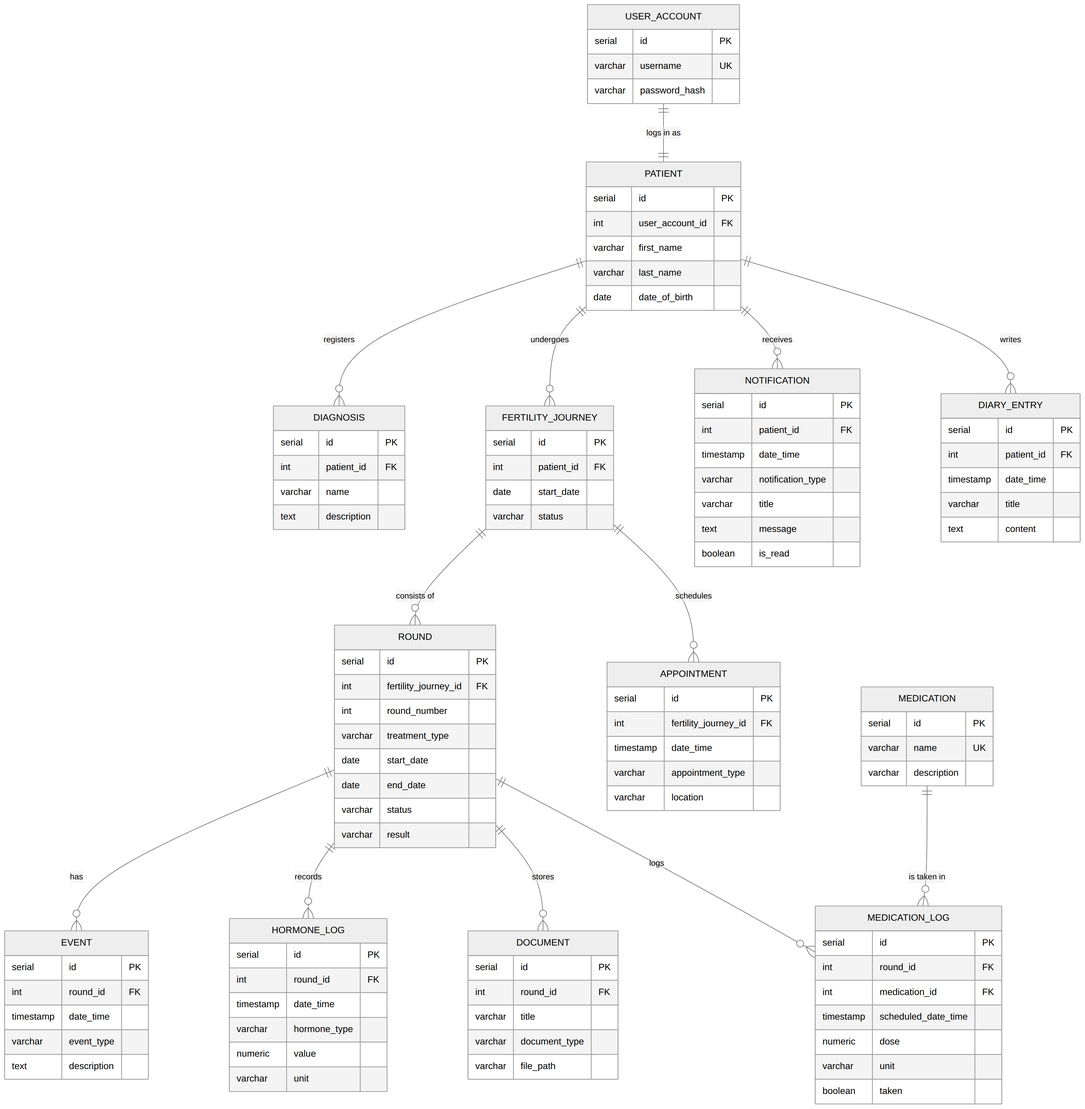
Before: doc/database/ERD.png, a diagram exported from Mermaid (BesimaP/Simpl-PET-project). Its source is kept beside it as doc/database/ERD.mmd.
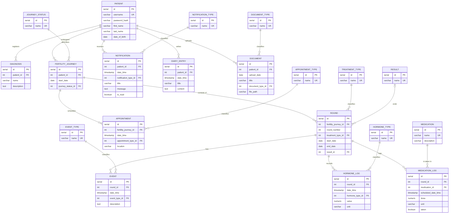
Above is the later version.

The edit, as a diff of the source:
```diff
@@ -1,25 +1,28 @@
 erDiagram
-  USER_ACCOUNT ||--|| PATIENT : "logs in as"
   PATIENT ||--o{ DIAGNOSIS : registers
   PATIENT ||--o{ FERTILITY_JOURNEY : undergoes
   PATIENT ||--o{ NOTIFICATION : receives
   PATIENT ||--o{ DIARY_ENTRY : writes
+  PATIENT ||--o{ DOCUMENT : uploads
   FERTILITY_JOURNEY ||--o{ ROUND : "consists of"
   FERTILITY_JOURNEY ||--o{ APPOINTMENT : schedules
   ROUND ||--o{ EVENT : has
   ROUND ||--o{ HORMONE_LOG : records
-  ROUND ||--o{ DOCUMENT : stores
   ROUND ||--o{ MEDICATION_LOG : logs
   MEDICATION ||--o{ MEDICATION_LOG : "is taken in"
+  JOURNEY_STATUS ||--o{ FERTILITY_JOURNEY : describes
+  TREATMENT_TYPE ||--o{ ROUND : classifies
+  RESULT |o--o{ ROUND : ends
+  APPOINTMENT_TYPE ||--o{ APPOINTMENT : classifies
+  EVENT_TYPE ||--o{ EVENT : classifies
+  HORMONE_TYPE ||--o{ HORMONE_LOG : classifies
+  DOCUMENT_TYPE ||--o{ DOCUMENT : classifies
+  NOTIFICATION_TYPE ||--o{ NOTIFICATION : classifies
 
-  USER_ACCOUNT {
+  PATIENT {
     serial id PK
     varchar username UK
     varchar password_hash
-  }
-  PATIENT {
-    serial id PK
-    int user_account_id FK
     varchar first_name
     varchar last_name
     date date_of_birth
@@ -34,23 +37,22 @@
     serial id PK
     int patient_id FK
     date start_date
-    varchar status
+    int journey_status_id FK
   }
   ROUND {
     serial id PK
     int fertility_journey_id FK
     int round_number
-    varchar treatment_type
+    int treatment_type_id FK
     date start_date
     date end_date
-    varchar status
-    varchar result
+    int result_id FK
   }
   APPOINTMENT {
     serial id PK
     int fertility_journey_id FK
     timestamp date_time
-    varchar appointment_type
+    int appointment_type_id FK
     varchar location
   }
   DIARY_ENTRY {
@@ -64,7 +66,7 @@
     serial id PK
     int round_id FK
     timestamp date_time
-    varchar event_type
+    int event_type_id FK
     text description
   }
   MEDICATION {
@@ -85,23 +87,56 @@
     serial id PK
     int round_id FK
     timestamp date_time
-    varchar hormone_type
+    int hormone_type_id FK
     numeric value
     varchar unit
   }
   DOCUMENT {
     serial id PK
-    int round_id FK
+    int patient_id FK
+    date upload_date
     varchar title
-    varchar document_type
+    int document_type_id FK
     varchar file_path
   }
   NOTIFICATION {
     serial id PK
     int patient_id FK
     timestamp date_time
-    varchar notification_type
+    int notification_type_id FK
     varchar title
     text message
     boolean is_read
   }
+  JOURNEY_STATUS {
+    serial id PK
+    varchar name UK
+  }
+  TREATMENT_TYPE {
+    serial id PK
+    varchar name UK
+  }
+  RESULT {
+    serial id PK
+    varchar name UK
+  }
+  APPOINTMENT_TYPE {
+    serial id PK
+    varchar name UK
+  }
+  EVENT_TYPE {
+    serial id PK
+    varchar name UK
+  }
+  HORMONE_TYPE {
+    serial id PK
+    varchar name UK
+  }
+  DOCUMENT_TYPE {
+    serial id PK
+    varchar name UK
+  }
+  NOTIFICATION_TYPE {
+    serial id PK
+    varchar name UK
+  }
```
